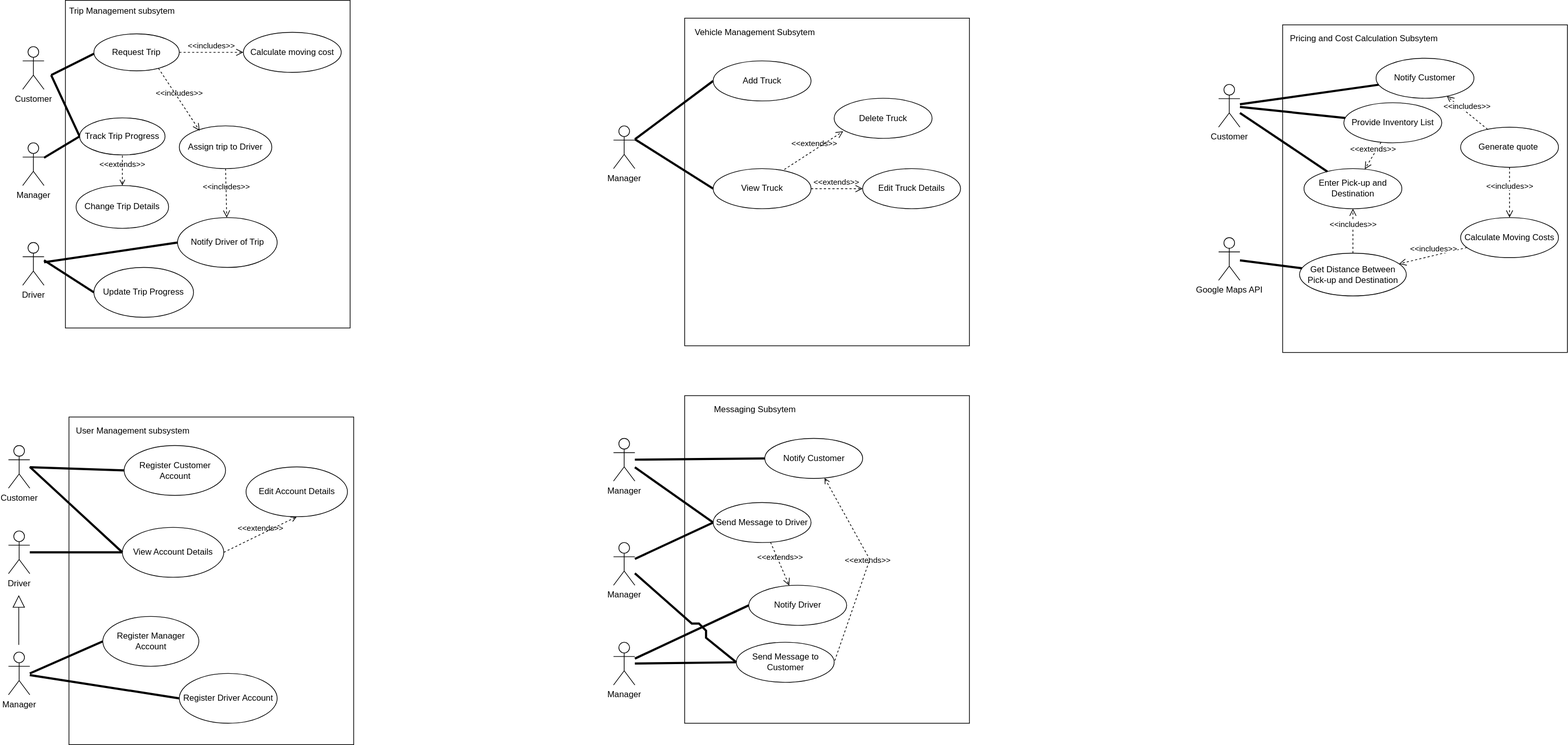
KarenM-tech/diagrams keeps this draw.io diagram as draft1.drawio.svg. Above is the earlier version. Source tidied: cells renumbered, new cells last; positions are measured from the earlier drawing's top-left corner, leaving out a move shared by most shapes.
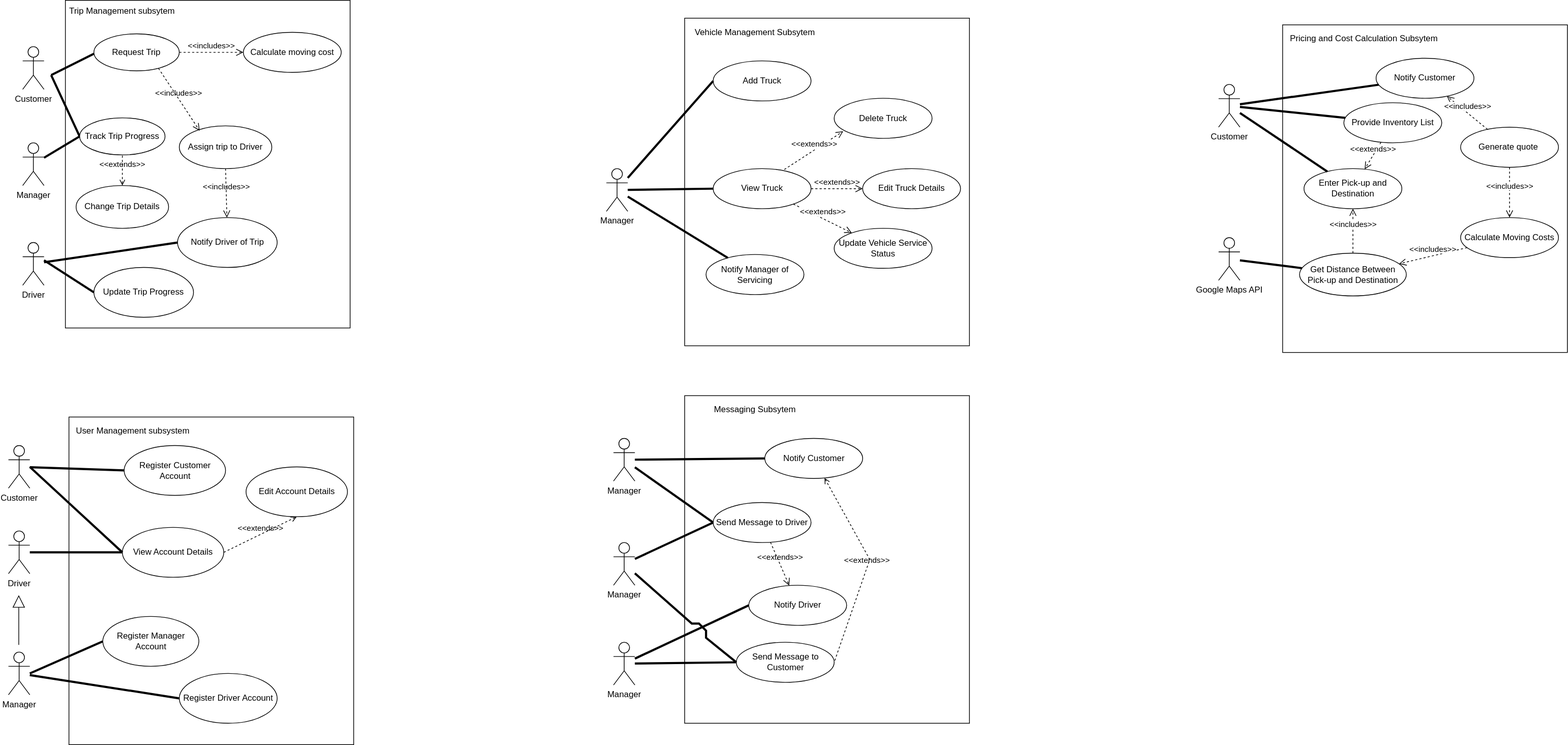
Later version of the same file.

Commit message:
Update Vehicle Management Subsystem

The edit, as a diff of the source:
```diff
@@ -145,7 +145,7 @@
       <mxGeometry x="958.8" y="35" width="180" height="20" as="geometry" />
     </mxCell>
     <mxCell id="44" value="Manager" style="shape=umlActor;verticalLabelPosition=bottom;verticalAlign=top;html=1;outlineConnect=0;" parent="1" vertex="1">
-      <mxGeometry x="850" y="176.2" width="30" height="60" as="geometry" />
+      <mxGeometry x="840" y="236.2" width="30" height="60" as="geometry" />
     </mxCell>
     <mxCell id="45" value="Add Truck" style="ellipse;whiteSpace=wrap;html=1;" parent="1" vertex="1">
       <mxGeometry x="990" y="85" width="137.5" height="56.2" as="geometry" />
@@ -162,16 +162,14 @@
     <mxCell id="49" value="&amp;lt;&amp;lt;extends&amp;gt;&amp;gt;" style="endArrow=open;startArrow=none;endFill=0;startFill=0;endSize=8;html=1;verticalAlign=bottom;dashed=1;labelBackgroundColor=none;rounded=0;exitX=1;exitY=0.5;exitDx=0;exitDy=0;entryX=0;entryY=0.5;entryDx=0;entryDy=0;" parent="1" edge="1" source="46" target="47">
       <mxGeometry relative="1" as="geometry" />
     </mxCell>
-    <mxCell id="50" value="&amp;lt;&amp;lt;extends&amp;gt;&amp;gt;" style="endArrow=open;startArrow=none;endFill=0;startFill=0;endSize=8;html=1;verticalAlign=bottom;dashed=1;labelBackgroundColor=none;rounded=0;exitX=0.727;exitY=0.022;exitDx=0;exitDy=0;entryX=0.092;entryY=0.824;entryDx=0;entryDy=0;entryPerimeter=0;exitPerimeter=0;" parent="1" edge="1" source="46" target="48">
+    <mxCell id="50" value="&amp;lt;&amp;lt;extends&amp;gt;&amp;gt;" style="endArrow=open;startArrow=none;endFill=0;startFill=0;endSize=8;html=1;verticalAlign=bottom;dashed=1;labelBackgroundColor=default;rounded=0;exitX=0.727;exitY=0.022;exitDx=0;exitDy=0;entryX=0.092;entryY=0.824;entryDx=0;entryDy=0;entryPerimeter=0;exitPerimeter=0;" parent="1" edge="1" source="46" target="48">
       <mxGeometry relative="1" as="geometry" />
     </mxCell>
     <mxCell id="51" style="endArrow=none;startArrow=none;endFill=0;startFill=0;endSize=8;html=1;verticalAlign=bottom;labelBackgroundColor=none;strokeWidth=3;rounded=0;entryX=0;entryY=0.5;entryDx=0;entryDy=0;" parent="1" edge="1" source="44" target="45">
       <mxGeometry relative="1" as="geometry" />
     </mxCell>
-    <mxCell id="52" style="endArrow=none;startArrow=none;endFill=0;startFill=0;endSize=8;html=1;verticalAlign=bottom;labelBackgroundColor=none;strokeWidth=3;rounded=0;entryX=0;entryY=0.5;entryDx=0;entryDy=0;" parent="1" edge="1" target="46">
-      <mxGeometry relative="1" as="geometry">
-        <mxPoint x="880" y="195" as="sourcePoint" />
-      </mxGeometry>
+    <mxCell id="52" style="endArrow=none;startArrow=none;endFill=0;startFill=0;endSize=8;html=1;verticalAlign=bottom;labelBackgroundColor=none;strokeWidth=3;rounded=0;entryX=0;entryY=0.5;entryDx=0;entryDy=0;" parent="1" edge="1" source="44" target="46">
+      <mxGeometry relative="1" as="geometry" />
     </mxCell>
     <mxCell id="53" style="rounded=0;whiteSpace=wrap;html=1;rotation=-180;direction=south;" parent="1" vertex="1">
       <mxGeometry x="950" y="555" width="400" height="460" as="geometry" />
@@ -293,5 +291,17 @@
     <mxCell id="88" value="&lt;span style=&quot;background-color: light-dark(#ffffff, var(--ge-dark-color, #121212));&quot;&gt;&amp;lt;&amp;lt;extends&amp;gt;&amp;gt;&lt;/span&gt;" style="endArrow=open;startArrow=none;endFill=0;startFill=0;endSize=8;html=1;verticalAlign=bottom;dashed=1;labelBackgroundColor=none;rounded=0;" parent="1" edge="1" source="77" target="74">
       <mxGeometry relative="1" as="geometry" />
     </mxCell>
+    <mxCell id="89" value="Notify Manager of Servicing" style="ellipse;whiteSpace=wrap;html=1;" parent="1" vertex="1">
+      <mxGeometry x="980" y="356.9" width="137.5" height="56.2" as="geometry" />
+    </mxCell>
+    <mxCell id="90" value="Update Vehicle Service Status" style="ellipse;whiteSpace=wrap;html=1;" parent="1" vertex="1">
+      <mxGeometry x="1160" y="320" width="137.5" height="56.2" as="geometry" />
+    </mxCell>
+    <mxCell id="91" value="&amp;lt;&amp;lt;extends&amp;gt;&amp;gt;" style="endArrow=open;startArrow=none;endFill=0;startFill=0;endSize=8;html=1;verticalAlign=bottom;dashed=1;labelBackgroundColor=default;rounded=0;" parent="1" edge="1" source="46" target="90">
+      <mxGeometry relative="1" as="geometry" />
+    </mxCell>
+    <mxCell id="92" style="endArrow=none;startArrow=none;endFill=0;startFill=0;endSize=8;html=1;verticalAlign=bottom;labelBackgroundColor=none;strokeWidth=3;rounded=0;" parent="1" edge="1" source="44" target="89">
+      <mxGeometry relative="1" as="geometry" />
+    </mxCell>
   </root>
 </mxGraphModel>
```
